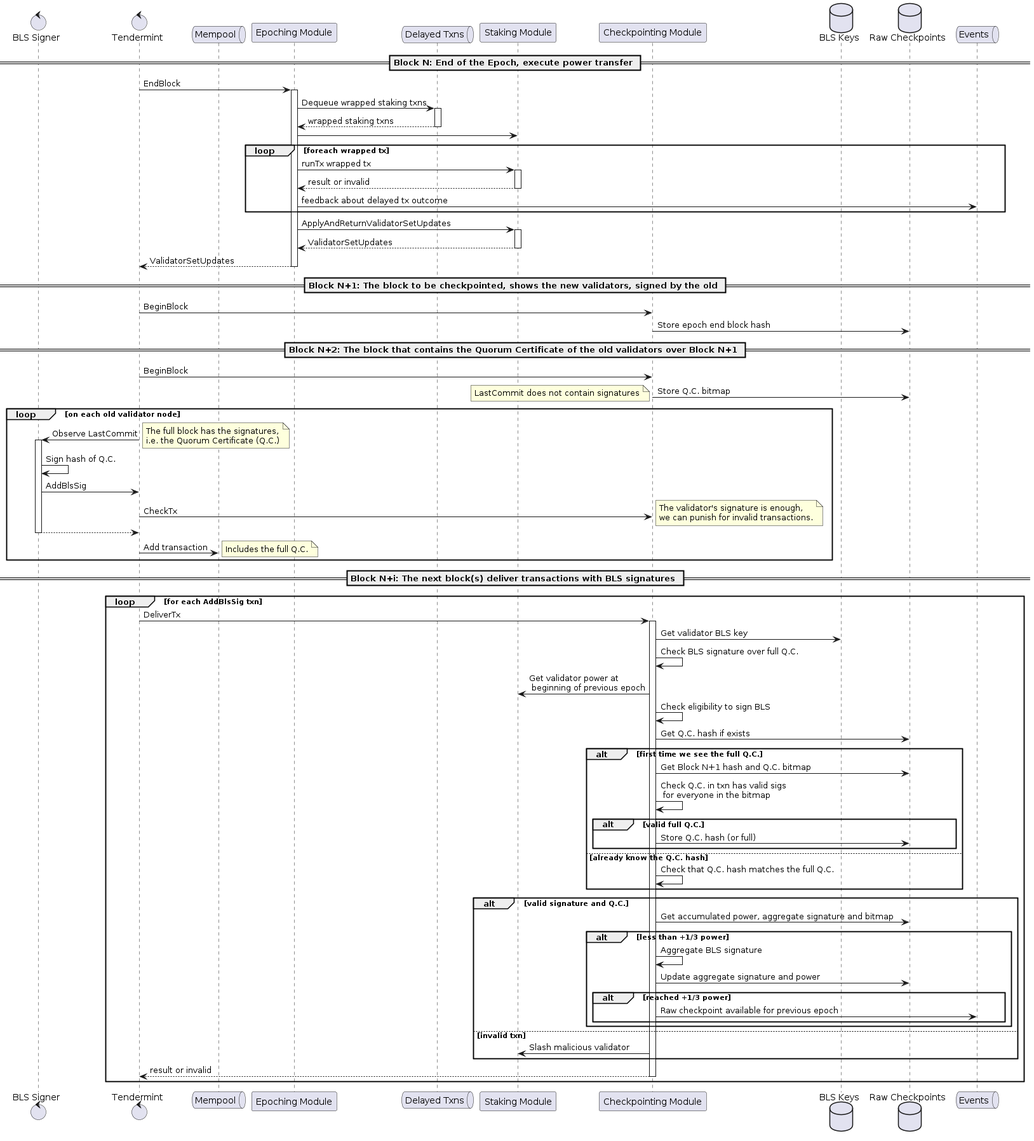
Before: docs/diagrams/create_raw_checkpoint.png, a diagram exported from PlantUML (babylonchain/babylon).
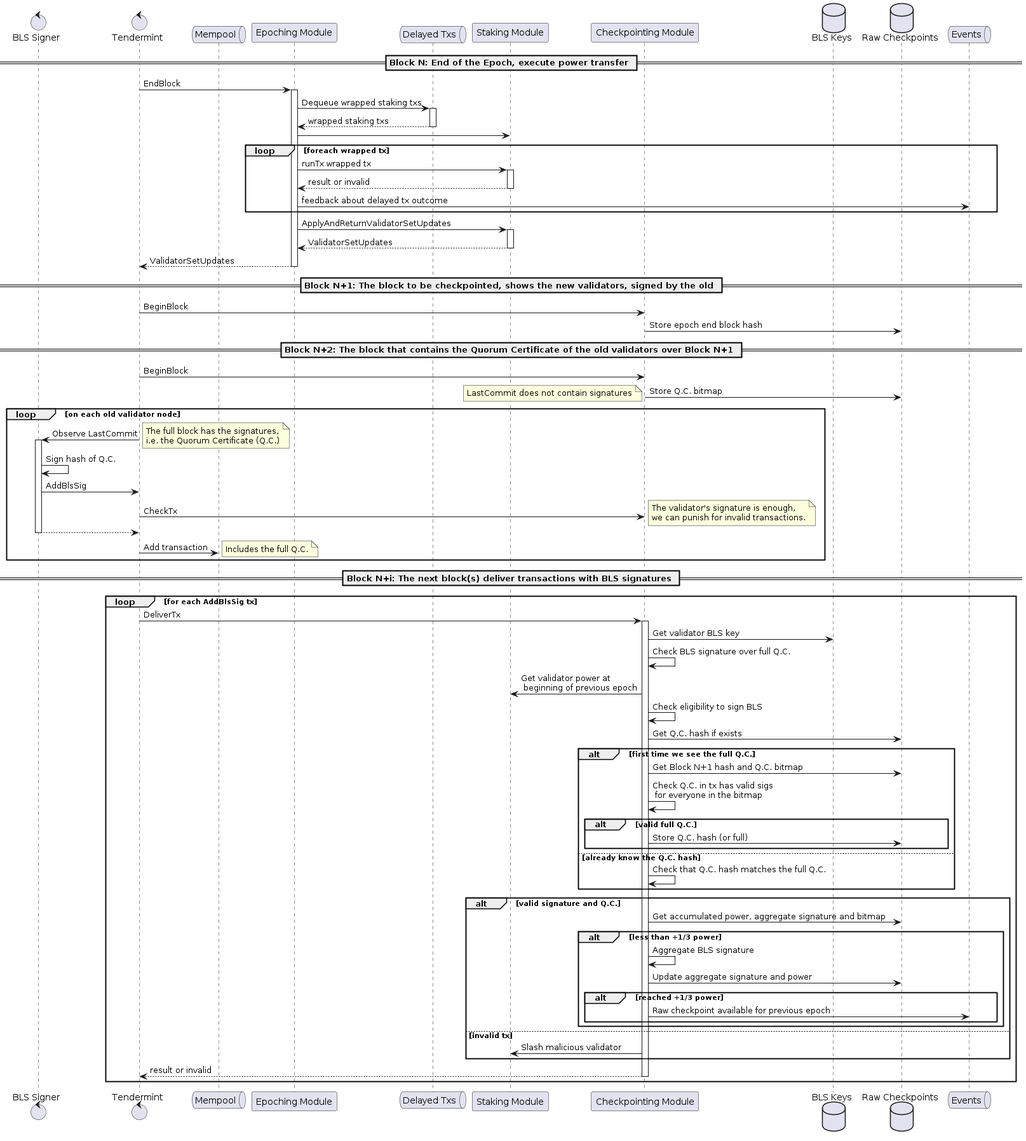
After the commit.

Commit message:
BM-4: Submit checkpoint.

What changed in the source:
```diff
@@ -3,7 +3,7 @@
 control     Tendermint
 queue       Mempool
 participant "Epoching Module" as epoching
-queue       "Delayed Txns"    as delayedtxns
+queue       "Delayed Txs"     as delayedtxs
 participant "Staking Module"  as staking
 participant "Checkpointing Module"  as checkpointing
 database    "BLS Keys"        as blskeys
@@ -13,8 +13,8 @@
 == Block N: End of the Epoch, execute power transfer ==
 
 Tendermint -> epoching ++ : EndBlock
-epoching -> delayedtxns ++ : Dequeue wrapped staking txns
-return wrapped staking txns
+epoching -> delayedtxs ++ : Dequeue wrapped staking txs
+return wrapped staking txs
 epoching -> staking
 loop foreach wrapped tx
   epoching -> staking ++ : runTx wrapped tx
@@ -60,7 +60,7 @@
 
 == Block N+i: The next block(s) deliver transactions with BLS signatures ==
 
-loop for each AddBlsSig txn
+loop for each AddBlsSig tx
   Tendermint -> checkpointing ++ : DeliverTx
   checkpointing -> blskeys : Get validator BLS key
   checkpointing -> checkpointing : Check BLS signature over full Q.C.
@@ -70,7 +70,7 @@
   checkpointing -> rawckpts : Get Q.C. hash if exists
   alt first time we see the full Q.C.
     checkpointing -> rawckpts : Get Block N+1 hash and Q.C. bitmap
-    checkpointing -> checkpointing : Check Q.C. in txn has valid sigs \n for everyone in the bitmap
+    checkpointing -> checkpointing : Check Q.C. in tx has valid sigs \n for everyone in the bitmap
     alt valid full Q.C.
       checkpointing -> rawckpts : Store Q.C. hash (or full)
     end
@@ -87,7 +87,7 @@
         checkpointing -> Events : Raw checkpoint available for previous epoch
       end
     end
-  else invalid txn
+  else invalid tx
     checkpointing -> staking : Slash malicious validator
   end
 
```
